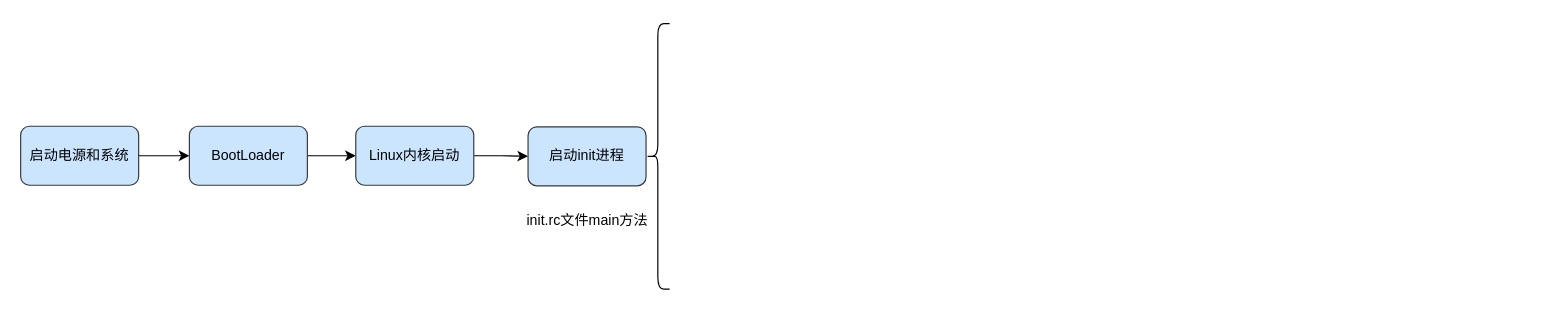
Before: notes/design/Android系统的启动流程.drawio in yyht800/SiGuoYa, a draw.io diagram. Source tidied: cells renumbered, new cells numbered last; positions are measured from the earlier drawing's top-left corner, leaving out a move shared by most shapes. Both pictures are drawn from the tidied source at 118%, with x=0, y=0 at pixel (20, 22).
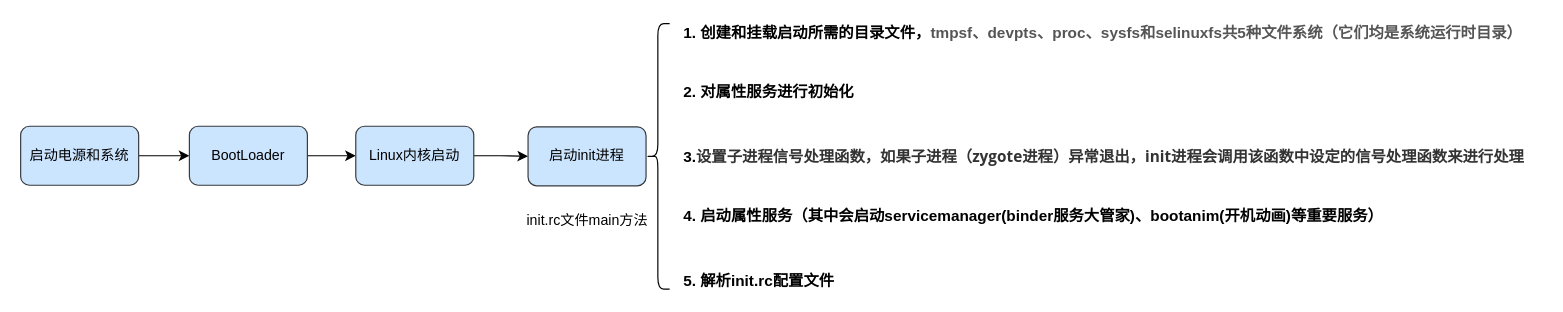
The same page after the edit.

Commit message:
更新Android系统的启动流程.drawio

Change to the diagram source:
```diff
@@
 <mxGraphModel>
   <root>
     <mxCell id="0" />
     <mxCell id="1" parent="0" />
     <mxCell id="2" style="edgeStyle=orthogonalEdgeStyle;rounded=0;jettySize=auto;html=1;exitX=1;exitY=0.5;exitDx=0;exitDy=0;entryX=0;entryY=0.5;entryDx=0;entryDy=0;" parent="1" edge="1" source="3" target="5">
       <mxGeometry relative="1" as="geometry" />
     </mxCell>
     <mxCell id="3" value="启动电源和系统" style="rounded=1;whiteSpace=wrap;html=1;fillColor=#cce5ff;strokeColor=#36393d;" parent="1" vertex="1">
       <mxGeometry y="87.5" width="100" height="50" as="geometry" />
     </mxCell>
     <mxCell id="4" style="edgeStyle=orthogonalEdgeStyle;rounded=0;jettySize=auto;html=1;exitX=1;exitY=0.5;exitDx=0;exitDy=0;entryX=0;entryY=0.5;entryDx=0;entryDy=0;" parent="1" edge="1" source="5" target="7">
       <mxGeometry relative="1" as="geometry" />
     </mxCell>
     <mxCell id="5" value="BootLoader" style="rounded=1;whiteSpace=wrap;html=1;fillColor=#cce5ff;strokeColor=#36393d;" parent="1" vertex="1">
       <mxGeometry x="143" y="87.5" width="100" height="50" as="geometry" />
     </mxCell>
     <mxCell id="6" style="edgeStyle=orthogonalEdgeStyle;rounded=0;jettySize=auto;html=1;exitX=1;exitY=0.5;exitDx=0;exitDy=0;entryX=0;entryY=0.5;entryDx=0;entryDy=0;" parent="1" edge="1" source="7" target="8">
       <mxGeometry relative="1" as="geometry" />
     </mxCell>
     <mxCell id="7" value="Linux内核启动" style="rounded=1;whiteSpace=wrap;html=1;fillColor=#cce5ff;strokeColor=#36393d;" parent="1" vertex="1">
       <mxGeometry x="284" y="87.5" width="100" height="50" as="geometry" />
     </mxCell>
     <mxCell id="8" value="启动init进程" style="rounded=1;whiteSpace=wrap;html=1;fillColor=#cce5ff;strokeColor=#36393d;" parent="1" vertex="1">
       <mxGeometry x="430" y="88" width="100" height="50" as="geometry" />
     </mxCell>
     <mxCell id="9" style="shape=curlyBracket;whiteSpace=wrap;html=1;rounded=1;" parent="1" vertex="1">
       <mxGeometry x="530" y="0.5" width="20" height="225" as="geometry" />
     </mxCell>
     <mxCell id="10" value="init.rc文件main方法" style="text;html=1;align=center;verticalAlign=middle;" parent="1" vertex="1">
       <mxGeometry x="420" y="158" width="120" height="20" as="geometry" />
     </mxCell>
+    <mxCell id="11" value="1. 创建和挂载启动所需的目录文件，&lt;span style=&quot;color: rgb(85 , 85 , 85) ; text-align: justify ; background-color: rgb(255 , 255 , 255) ; font-size: 13px&quot;&gt;&lt;font style=&quot;font-size: 13px&quot;&gt;tmpsf、devpts、proc、sysfs和selinuxfs共5种文件系统（它们均是系统运行时目录）&lt;/font&gt;&lt;/span&gt;" style="text;html=1;align=left;verticalAlign=middle;fontColor=none;fontSize=13;fontStyle=1;fontFamily=Helvetica;" parent="1" vertex="1">
+      <mxGeometry x="560" y="-2" width="730" height="20" as="geometry" />
+    </mxCell>
+    <mxCell id="12" value="2. 对属性服务进行初始化" style="text;html=1;align=left;verticalAlign=middle;fontSize=13;fontFamily=Helvetica;fontColor=none;fontStyle=1;" parent="1" vertex="1">
+      <mxGeometry x="560" y="48" width="160" height="20" as="geometry" />
+    </mxCell>
+    <mxCell id="13" value="3.&lt;span style=&quot;background-color: rgb(255 , 255 , 255) ; color: rgb(51 , 51 , 51) ; font-family: &amp;quot;open sans&amp;quot; , &amp;quot;clear sans&amp;quot; , &amp;quot;helvetica neue&amp;quot; , &amp;quot;helvetica&amp;quot; , &amp;quot;arial&amp;quot; , sans-serif ; font-size: 1em&quot;&gt;设置子进程信号处理函数，如果子进程（zygote进程）异常退出，init进程会调用该函数中设定的信号处理函数来进行处理&lt;/span&gt;" style="text;html=1;align=left;verticalAlign=middle;fontSize=13;fontFamily=Helvetica;fontColor=none;fontStyle=1;" parent="1" vertex="1">
+      <mxGeometry x="560" y="103" width="720" height="20" as="geometry" />
+    </mxCell>
+    <mxCell id="14" value="&lt;h4 id=&quot;4、启动属性服务（其中会启动servicemanager-binder服务大管家-、bootanim-开机动画-等重要服务）&quot; style=&quot;margin: 20px 0px 10px ; padding: 10px 0px 0px ; line-height: 1.5 ; background-color: rgb(255 , 255 , 255)&quot;&gt;4. 启动属性服务（其中会启动servicemanager(binder服务大管家)、bootanim(开机动画)等重要服务）&lt;/h4&gt;" style="text;html=1;align=left;verticalAlign=middle;fontSize=13;fontFamily=Helvetica;fontStyle=1;" parent="1" vertex="1">
+      <mxGeometry x="560" y="123" width="610" height="60" as="geometry" />
+    </mxCell>
+    <mxCell id="15" value="&lt;b&gt;5. 解析init.rc配置文件&lt;/b&gt;" style="text;html=1;align=left;verticalAlign=middle;fontSize=13;fontFamily=Helvetica;fontColor=none;" parent="1" vertex="1">
+      <mxGeometry x="560" y="208" width="140" height="20" as="geometry" />
+    </mxCell>
   </root>
 </mxGraphModel>
```
